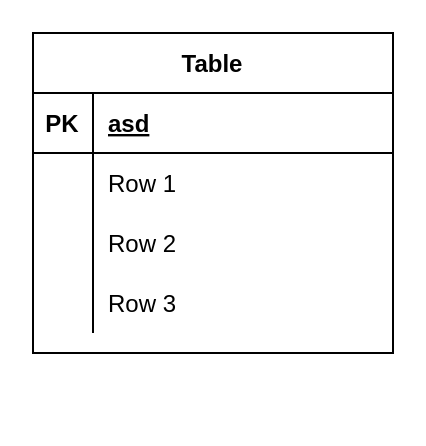
This is Untitled Diagram.drawio from fao30/sector, a draw.io file, before an edit. Source tidied: cells renumbered, new cells numbered last; positions are measured from the earlier drawing's top-left corner, leaving out a move shared by most shapes. Both pictures are drawn from the tidied source at 200%, with x=0, y=0 at pixel (32, 32).
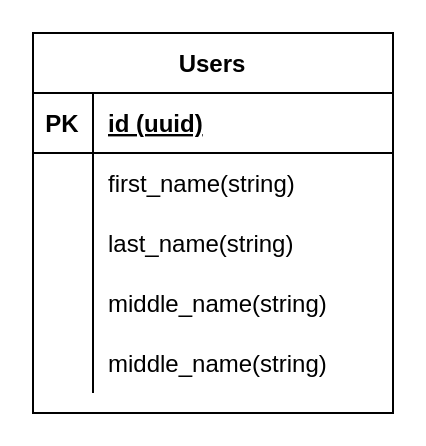
After the change.

The edit, as a diff of the source:
```diff
@@
 <mxGraphModel>
   <root>
     <mxCell id="0" />
     <mxCell id="1" parent="0" />
-    <mxCell id="2" value="Table" style="shape=table;startSize=30;childLayout=tableLayout;rowLines=0;fontStyle=1;align=center;" parent="1" vertex="1">
-      <mxGeometry width="180" height="160" as="geometry" />
+    <mxCell id="2" value="Users" style="shape=table;startSize=30;childLayout=tableLayout;rowLines=0;fontStyle=1;align=center;" parent="1" vertex="1">
+      <mxGeometry width="180" height="190" as="geometry" />
     </mxCell>
     <mxCell id="3" style="shape=tableRow;horizontal=0;startSize=0;swimlaneHead=0;swimlaneBody=0;fillColor=none;top=0;left=0;right=0;bottom=1;" parent="2" vertex="1">
       <mxGeometry y="30" width="180" height="30" as="geometry" />
     </mxCell>
     <mxCell id="4" value="PK" style="shape=partialRectangle;fillColor=none;top=0;left=0;bottom=0;right=0;fontStyle=1;overflow=hidden;" parent="3" vertex="1">
       <mxGeometry width="30" height="30" as="geometry" />
     </mxCell>
-    <mxCell id="5" value="asd" style="shape=partialRectangle;fillColor=none;top=0;left=0;bottom=0;right=0;align=left;spacingLeft=6;fontStyle=5;overflow=hidden;" parent="3" vertex="1">
+    <mxCell id="5" value="id (uuid)" style="shape=partialRectangle;fillColor=none;top=0;left=0;bottom=0;right=0;align=left;spacingLeft=6;fontStyle=5;overflow=hidden;" parent="3" vertex="1">
       <mxGeometry x="30" width="150" height="30" as="geometry" />
     </mxCell>
     <mxCell id="6" style="shape=tableRow;horizontal=0;startSize=0;swimlaneHead=0;swimlaneBody=0;fillColor=none;top=0;left=0;right=0;bottom=0;" parent="2" vertex="1">
       <mxGeometry y="60" width="180" height="30" as="geometry" />
     </mxCell>
     <mxCell id="7" style="shape=partialRectangle;fillColor=none;top=0;left=0;bottom=0;right=0;overflow=hidden;" parent="6" vertex="1">
       <mxGeometry width="30" height="30" as="geometry" />
     </mxCell>
-    <mxCell id="8" value="Row 1" style="shape=partialRectangle;fillColor=none;top=0;left=0;bottom=0;right=0;align=left;spacingLeft=6;overflow=hidden;" parent="6" vertex="1">
+    <mxCell id="8" value="first_name(string)" style="shape=partialRectangle;fillColor=none;top=0;left=0;bottom=0;right=0;align=left;spacingLeft=6;overflow=hidden;" parent="6" vertex="1">
       <mxGeometry x="30" width="150" height="30" as="geometry" />
     </mxCell>
     <mxCell id="9" style="shape=tableRow;horizontal=0;startSize=0;swimlaneHead=0;swimlaneBody=0;fillColor=none;top=0;left=0;right=0;bottom=0;" parent="2" vertex="1">
       <mxGeometry y="90" width="180" height="30" as="geometry" />
     </mxCell>
     <mxCell id="10" style="shape=partialRectangle;fillColor=none;top=0;left=0;bottom=0;right=0;overflow=hidden;" parent="9" vertex="1">
       <mxGeometry width="30" height="30" as="geometry" />
     </mxCell>
-    <mxCell id="11" value="Row 2" style="shape=partialRectangle;fillColor=none;top=0;left=0;bottom=0;right=0;align=left;spacingLeft=6;overflow=hidden;" parent="9" vertex="1">
+    <mxCell id="11" value="last_name(string)" style="shape=partialRectangle;fillColor=none;top=0;left=0;bottom=0;right=0;align=left;spacingLeft=6;overflow=hidden;" parent="9" vertex="1">
       <mxGeometry x="30" width="150" height="30" as="geometry" />
     </mxCell>
     <mxCell id="12" style="shape=tableRow;horizontal=0;startSize=0;swimlaneHead=0;swimlaneBody=0;fillColor=none;top=0;left=0;right=0;bottom=0;" parent="2" vertex="1">
       <mxGeometry y="120" width="180" height="30" as="geometry" />
     </mxCell>
     <mxCell id="13" style="shape=partialRectangle;fillColor=none;top=0;left=0;bottom=0;right=0;overflow=hidden;" parent="12" vertex="1">
       <mxGeometry width="30" height="30" as="geometry" />
     </mxCell>
-    <mxCell id="14" value="Row 3" style="shape=partialRectangle;fillColor=none;top=0;left=0;bottom=0;right=0;align=left;spacingLeft=6;overflow=hidden;" parent="12" vertex="1">
+    <mxCell id="14" value="middle_name(string)" style="shape=partialRectangle;fillColor=none;top=0;left=0;bottom=0;right=0;align=left;spacingLeft=6;overflow=hidden;" parent="12" vertex="1">
       <mxGeometry x="30" width="150" height="30" as="geometry" />
     </mxCell>
+    <mxCell id="15" style="shape=tableRow;horizontal=0;startSize=0;swimlaneHead=0;swimlaneBody=0;fillColor=none;top=0;left=0;right=0;bottom=0;" parent="2" vertex="1">
+      <mxGeometry y="150" width="180" height="30" as="geometry" />
+    </mxCell>
+    <mxCell id="16" style="shape=partialRectangle;fillColor=none;top=0;left=0;bottom=0;right=0;overflow=hidden;" parent="15" vertex="1">
+      <mxGeometry width="30" height="30" as="geometry" />
+    </mxCell>
+    <mxCell id="17" value="middle_name(string)" style="shape=partialRectangle;fillColor=none;top=0;left=0;bottom=0;right=0;align=left;spacingLeft=6;overflow=hidden;" parent="15" vertex="1">
+      <mxGeometry x="30" width="150" height="30" as="geometry" />
+    </mxCell>
   </root>
 </mxGraphModel>
```
